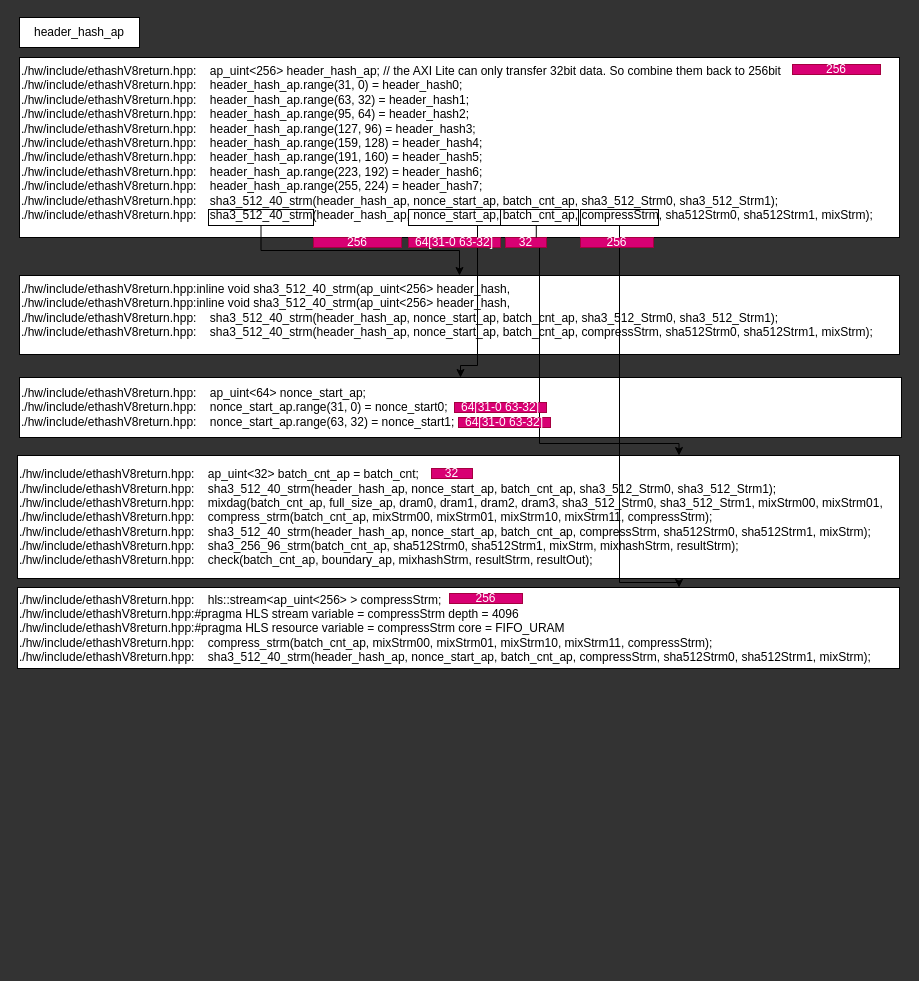
svija/FPGA_Mining_AWS keeps this draw.io diagram as page "Page-2" (2 of 2) of ap_memport.drawio. Above is the earlier version. Source tidied: cells renumbered, new cells numbered last; positions are measured from the earlier drawing's top-left corner, leaving out a move shared by most shapes. Both pictures are drawn from the tidied source at 100%, with x=0, y=0 at pixel (17, 17).
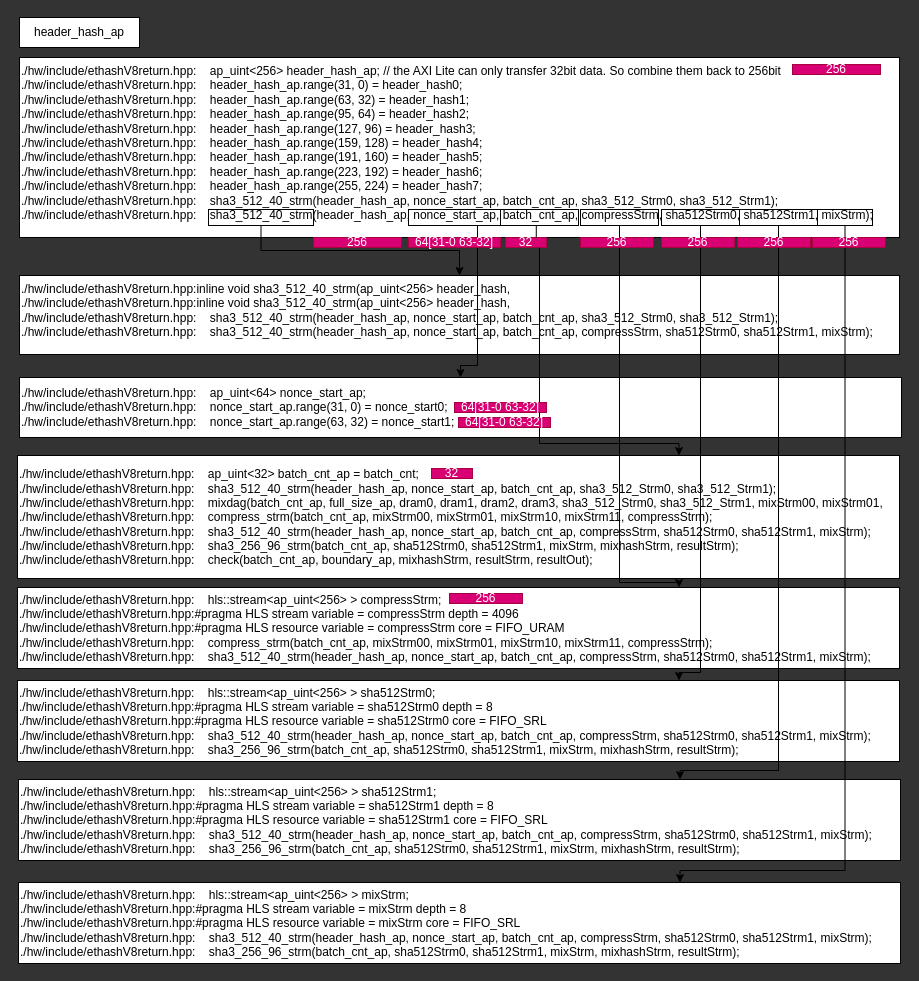
Above is the later version.

What changed in the source:
```diff
@@
+    <mxCell id="26" value="./hw/include/ethashV8return.hpp:&amp;nbsp;&amp;nbsp;&amp;nbsp; hls::stream&amp;lt;ap_uint&amp;lt;256&amp;gt; &amp;gt; sha512Strm0;&lt;br&gt;./hw/include/ethashV8return.hpp:#pragma HLS stream variable = sha512Strm0 depth = 8&lt;br&gt;./hw/include/ethashV8return.hpp:#pragma HLS resource variable = sha512Strm0 core = FIFO_SRL&lt;br&gt;./hw/include/ethashV8return.hpp:&amp;nbsp;&amp;nbsp;&amp;nbsp; sha3_512_40_strm(header_hash_ap, nonce_start_ap, batch_cnt_ap, compressStrm, sha512Strm0, sha512Strm1, mixStrm);&lt;br&gt;./hw/include/ethashV8return.hpp:&amp;nbsp;&amp;nbsp;&amp;nbsp; sha3_256_96_strm(batch_cnt_ap, sha512Strm0, sha512Strm1, mixStrm, mixhashStrm, resultStrm);&lt;br&gt;" style="rounded=0;whiteSpace=wrap;html=1;align=left;" parent="1" vertex="1">
+      <mxGeometry y="663" width="882" height="81" as="geometry" />
+    </mxCell>
+    <mxCell id="27" style="edgeStyle=orthogonalEdgeStyle;rounded=0;jettySize=auto;html=1;exitX=0.5;exitY=1;exitDx=0;exitDy=0;entryX=0.75;entryY=0;entryDx=0;entryDy=0;" parent="1" edge="1" source="28" target="26">
+      <mxGeometry relative="1" as="geometry">
+        <Array as="points">
+          <mxPoint x="683" y="655" />
+          <mxPoint x="662" y="655" />
+        </Array>
+      </mxGeometry>
+    </mxCell>
+    <mxCell id="28" style="rounded=0;whiteSpace=wrap;html=1;fillColor=none;" parent="1" vertex="1">
+      <mxGeometry x="644" y="192" width="78" height="16" as="geometry" />
+    </mxCell>
+    <mxCell id="29" value="256" style="rounded=0;whiteSpace=wrap;html=1;fillColor=#d80073;fontColor=#ffffff;strokeColor=#A50040;" parent="1" vertex="1">
+      <mxGeometry x="644" y="220" width="73" height="10" as="geometry" />
+    </mxCell>
+    <mxCell id="30" style="edgeStyle=orthogonalEdgeStyle;rounded=0;jettySize=auto;html=1;exitX=0.5;exitY=1;exitDx=0;exitDy=0;entryX=0.75;entryY=0;entryDx=0;entryDy=0;" parent="1" edge="1" source="31" target="32">
+      <mxGeometry relative="1" as="geometry">
+        <Array as="points">
+          <mxPoint x="761" y="753" />
+          <mxPoint x="663" y="753" />
+        </Array>
+      </mxGeometry>
+    </mxCell>
+    <mxCell id="31" style="rounded=0;whiteSpace=wrap;html=1;fillColor=none;" parent="1" vertex="1">
+      <mxGeometry x="722" y="192" width="78" height="16" as="geometry" />
+    </mxCell>
+    <mxCell id="32" value="./hw/include/ethashV8return.hpp:&amp;nbsp;&amp;nbsp;&amp;nbsp; hls::stream&amp;lt;ap_uint&amp;lt;256&amp;gt; &amp;gt; sha512Strm1;&lt;br&gt;./hw/include/ethashV8return.hpp:#pragma HLS stream variable = sha512Strm1 depth = 8&lt;br&gt;./hw/include/ethashV8return.hpp:#pragma HLS resource variable = sha512Strm1 core = FIFO_SRL&lt;br&gt;./hw/include/ethashV8return.hpp:&amp;nbsp;&amp;nbsp;&amp;nbsp; sha3_512_40_strm(header_hash_ap, nonce_start_ap, batch_cnt_ap, compressStrm, sha512Strm0, sha512Strm1, mixStrm);&lt;br&gt;./hw/include/ethashV8return.hpp:&amp;nbsp;&amp;nbsp;&amp;nbsp; sha3_256_96_strm(batch_cnt_ap, sha512Strm0, sha512Strm1, mixStrm, mixhashStrm, resultStrm);&lt;br&gt;" style="rounded=0;whiteSpace=wrap;html=1;align=left;" parent="1" vertex="1">
+      <mxGeometry x="1" y="762" width="882" height="81" as="geometry" />
+    </mxCell>
+    <mxCell id="33" value="256" style="rounded=0;whiteSpace=wrap;html=1;fillColor=#d80073;fontColor=#ffffff;strokeColor=#A50040;" parent="1" vertex="1">
+      <mxGeometry x="720" y="220" width="73" height="10" as="geometry" />
+    </mxCell>
+    <mxCell id="34" value="./hw/include/ethashV8return.hpp:&amp;nbsp;&amp;nbsp;&amp;nbsp; hls::stream&amp;lt;ap_uint&amp;lt;256&amp;gt; &amp;gt; mixStrm;&lt;br&gt;./hw/include/ethashV8return.hpp:#pragma HLS stream variable = mixStrm depth = 8&lt;br&gt;./hw/include/ethashV8return.hpp:#pragma HLS resource variable = mixStrm core = FIFO_SRL&lt;br&gt;./hw/include/ethashV8return.hpp:&amp;nbsp;&amp;nbsp;&amp;nbsp; sha3_512_40_strm(header_hash_ap, nonce_start_ap, batch_cnt_ap, compressStrm, sha512Strm0, sha512Strm1, mixStrm);&lt;br&gt;./hw/include/ethashV8return.hpp:&amp;nbsp;&amp;nbsp;&amp;nbsp; sha3_256_96_strm(batch_cnt_ap, sha512Strm0, sha512Strm1, mixStrm, mixhashStrm, resultStrm);&lt;br&gt;" style="rounded=0;whiteSpace=wrap;html=1;align=left;" parent="1" vertex="1">
+      <mxGeometry x="1" y="865" width="882" height="81" as="geometry" />
+    </mxCell>
+    <mxCell id="35" style="edgeStyle=orthogonalEdgeStyle;rounded=0;jettySize=auto;html=1;exitX=0.5;exitY=1;exitDx=0;exitDy=0;entryX=0.75;entryY=0;entryDx=0;entryDy=0;" parent="1" edge="1" source="36" target="34">
+      <mxGeometry relative="1" as="geometry">
+        <Array as="points">
+          <mxPoint x="828" y="853" />
+          <mxPoint x="663" y="853" />
+        </Array>
+      </mxGeometry>
+    </mxCell>
+    <mxCell id="36" style="rounded=0;whiteSpace=wrap;html=1;fillColor=none;" parent="1" vertex="1">
+      <mxGeometry x="800" y="192" width="55" height="16" as="geometry" />
+    </mxCell>
+    <mxCell id="37" value="256" style="rounded=0;whiteSpace=wrap;html=1;fillColor=#d80073;fontColor=#ffffff;strokeColor=#A50040;" parent="1" vertex="1">
+      <mxGeometry x="795" y="220" width="73" height="10" as="geometry" />
+    </mxCell>
```
